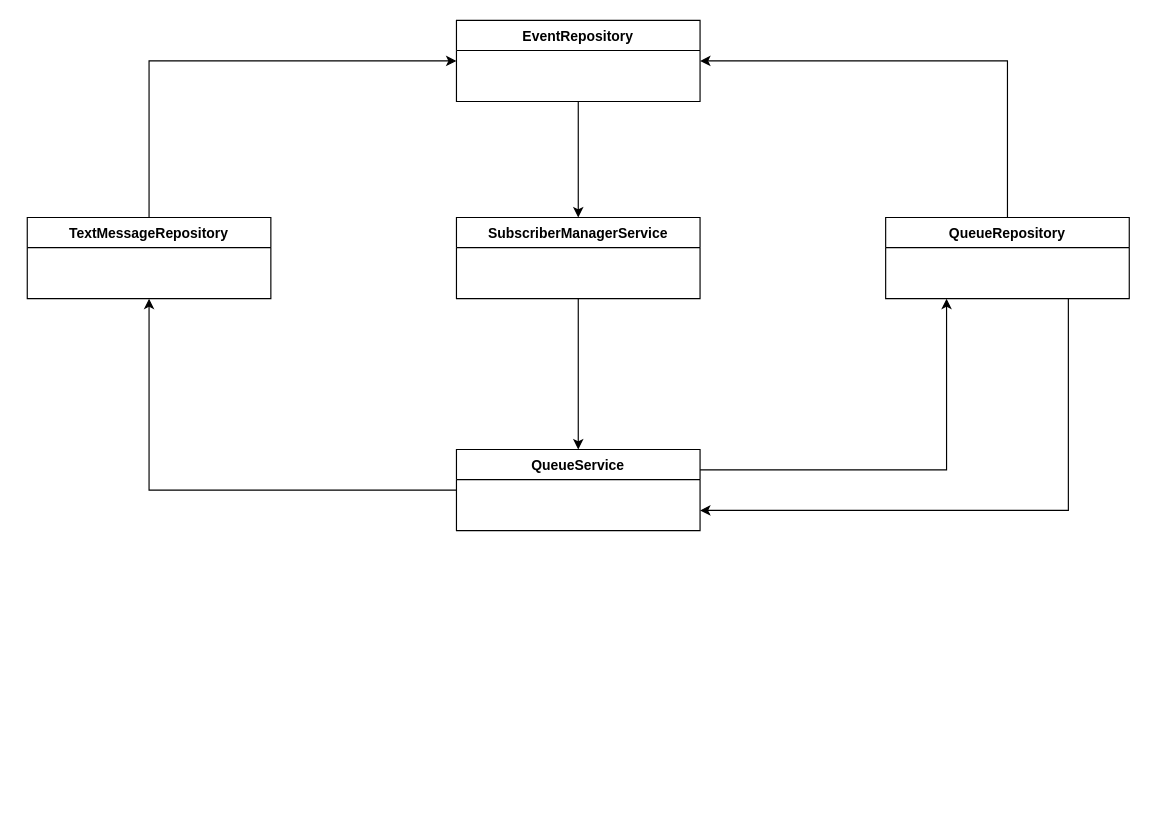
Above: page "Service Arch" (1 of 2) of docs/Model.drawio in vinicreis/pub-sub-kotlin (draw.io), before the change. Source tidied: cells renumbered, new cells numbered last; positions are measured from the earlier drawing's top-left corner, leaving out a move shared by most shapes. Both pictures are drawn from the tidied source at 116%, with x=0, y=0 at pixel (27, 20).
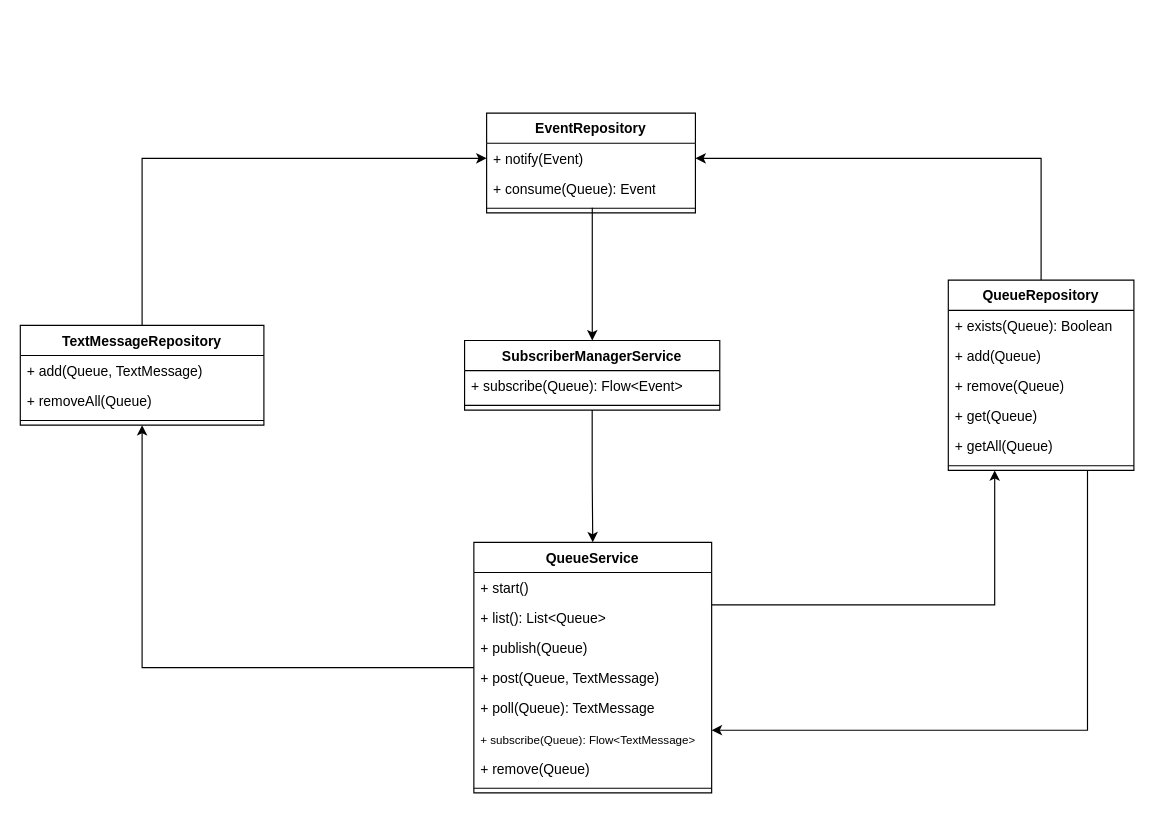
The same page after the edit.

Change to the diagram source:
```diff
@@
-    <mxCell id="4" value="QueueService" style="swimlane;fontStyle=1;align=center;verticalAlign=top;horizontal=1;startSize=26;whiteSpace=wrap;html=1;" parent="1" vertex="1" collapsed="1">
-      <mxGeometry x="370" y="370" width="210" height="70" as="geometry" />
+    <mxCell id="4" value="QueueService" style="swimlane;fontStyle=1;align=center;verticalAlign=top;horizontal=1;startSize=26;whiteSpace=wrap;html=1;" parent="1" vertex="1">
+      <mxGeometry x="385" y="450" width="205" height="216" as="geometry" />
     </mxCell>
+    <mxCell id="14" value="+ start()" style="text;strokeColor=none;fillColor=none;align=left;verticalAlign=top;spacingLeft=4;spacingRight=4;overflow=hidden;whiteSpace=wrap;html=1;" parent="4" vertex="1">
+      <mxGeometry y="26" width="205" height="26" as="geometry" />
+    </mxCell>
+    <mxCell id="15" value="+ list(): List&amp;lt;Queue&lt;span style=&quot;background-color: initial;&quot;&gt;&amp;gt;&lt;/span&gt;" style="text;strokeColor=none;fillColor=none;align=left;verticalAlign=top;spacingLeft=4;spacingRight=4;overflow=hidden;whiteSpace=wrap;html=1;" parent="4" vertex="1">
+      <mxGeometry y="52" width="205" height="26" as="geometry" />
+    </mxCell>
+    <mxCell id="16" value="+ publish(Queue)" style="text;strokeColor=none;fillColor=none;align=left;verticalAlign=top;spacingLeft=4;spacingRight=4;overflow=hidden;whiteSpace=wrap;html=1;" parent="4" vertex="1">
+      <mxGeometry y="78" width="205" height="26" as="geometry" />
+    </mxCell>
+    <mxCell id="17" value="+ post(Queue, TextMessage)" style="text;strokeColor=none;fillColor=none;align=left;verticalAlign=top;spacingLeft=4;spacingRight=4;overflow=hidden;whiteSpace=wrap;html=1;" parent="4" vertex="1">
+      <mxGeometry y="104" width="205" height="26" as="geometry" />
+    </mxCell>
+    <mxCell id="18" value="+ poll(Queue): TextMessage" style="text;strokeColor=none;fillColor=none;align=left;verticalAlign=top;spacingLeft=4;spacingRight=4;overflow=hidden;whiteSpace=wrap;html=1;" parent="4" vertex="1">
+      <mxGeometry y="130" width="205" height="26" as="geometry" />
+    </mxCell>
+    <mxCell id="19" value="&lt;font style=&quot;font-size: 10px;&quot;&gt;+ subscribe(Queue): Flow&amp;lt;TextMessage&amp;gt;&lt;/font&gt;" style="text;strokeColor=none;fillColor=none;align=left;verticalAlign=top;spacingLeft=4;spacingRight=4;overflow=hidden;whiteSpace=wrap;html=1;" parent="4" vertex="1">
+      <mxGeometry y="156" width="205" height="26" as="geometry" />
+    </mxCell>
+    <mxCell id="20" value="+ remove(Queue)" style="text;strokeColor=none;fillColor=none;align=left;verticalAlign=top;spacingLeft=4;spacingRight=4;overflow=hidden;whiteSpace=wrap;html=1;" parent="4" vertex="1">
+      <mxGeometry y="182" width="205" height="26" as="geometry" />
+    </mxCell>
+    <mxCell id="21" style="line;strokeWidth=1;fillColor=none;align=left;verticalAlign=middle;spacingTop=-1;spacingLeft=3;spacingRight=3;labelPosition=right;strokeColor=inherit;" parent="4" vertex="1">
+      <mxGeometry y="208" width="205" height="8" as="geometry" />
+    </mxCell>
@@
-    <mxCell id="6" value="&lt;div&gt;SubscriberManagerService&lt;/div&gt;" style="swimlane;fontStyle=1;align=center;verticalAlign=top;horizontal=1;startSize=26;whiteSpace=wrap;html=1;" parent="1" vertex="1" collapsed="1">
-      <mxGeometry x="370" y="170" width="210" height="70" as="geometry" />
+    <mxCell id="6" value="&lt;div&gt;SubscriberManagerService&lt;/div&gt;" style="swimlane;fontStyle=1;align=center;verticalAlign=top;horizontal=1;startSize=26;whiteSpace=wrap;html=1;" parent="1" vertex="1">
+      <mxGeometry x="377" y="276" width="220" height="60" as="geometry" />
     </mxCell>
+    <mxCell id="22" value="+ subscribe(Queue): Flow&amp;lt;Event&amp;gt;" style="text;strokeColor=none;fillColor=none;align=left;verticalAlign=top;spacingLeft=4;spacingRight=4;overflow=hidden;whiteSpace=wrap;html=1;" parent="6" vertex="1">
+      <mxGeometry y="26" width="220" height="26" as="geometry" />
+    </mxCell>
+    <mxCell id="23" style="line;strokeWidth=1;fillColor=none;align=left;verticalAlign=middle;spacingTop=-1;spacingLeft=3;spacingRight=3;labelPosition=right;strokeColor=inherit;" parent="6" vertex="1">
+      <mxGeometry y="52" width="220" height="8" as="geometry" />
+    </mxCell>
@@
-    <mxCell id="8" style="edgeStyle=orthogonalEdgeStyle;rounded=0;jettySize=auto;html=1;entryX=1;entryY=0.5;entryDx=0;entryDy=0;exitX=0.5;exitY=0;exitDx=0;exitDy=0;" parent="1" edge="1" source="9" target="13">
+    <mxCell id="8" style="edgeStyle=orthogonalEdgeStyle;rounded=0;jettySize=auto;html=1;exitX=0.5;exitY=0;exitDx=0;exitDy=0;" parent="1" edge="1" source="9" target="33">
       <mxGeometry relative="1" as="geometry" />
     </mxCell>
-    <mxCell id="9" value="QueueRepository&lt;div&gt;&lt;br&gt;&lt;/div&gt;" style="swimlane;fontStyle=1;align=center;verticalAlign=top;horizontal=1;startSize=26;whiteSpace=wrap;html=1;" parent="1" vertex="1" collapsed="1">
-      <mxGeometry x="740" y="170" width="210" height="70" as="geometry" />
+    <mxCell id="9" value="QueueRepository&lt;div&gt;&lt;br&gt;&lt;/div&gt;" style="swimlane;fontStyle=1;align=center;verticalAlign=top;horizontal=1;startSize=26;whiteSpace=wrap;html=1;" parent="1" vertex="1">
+      <mxGeometry x="794" y="224" width="160" height="164" as="geometry" />
     </mxCell>
+    <mxCell id="24" value="+ exists(Queue): Boolean" style="text;strokeColor=none;fillColor=none;align=left;verticalAlign=top;spacingLeft=4;spacingRight=4;overflow=hidden;whiteSpace=wrap;html=1;" parent="9" vertex="1">
+      <mxGeometry y="26" width="160" height="26" as="geometry" />
+    </mxCell>
+    <mxCell id="25" value="+ add(Queue)" style="text;strokeColor=none;fillColor=none;align=left;verticalAlign=top;spacingLeft=4;spacingRight=4;overflow=hidden;whiteSpace=wrap;html=1;" parent="9" vertex="1">
+      <mxGeometry y="52" width="160" height="26" as="geometry" />
+    </mxCell>
+    <mxCell id="26" value="+ remove(Queue)" style="text;strokeColor=none;fillColor=none;align=left;verticalAlign=top;spacingLeft=4;spacingRight=4;overflow=hidden;whiteSpace=wrap;html=1;" parent="9" vertex="1">
+      <mxGeometry y="78" width="160" height="26" as="geometry" />
+    </mxCell>
+    <mxCell id="27" value="+ get(Queue)" style="text;strokeColor=none;fillColor=none;align=left;verticalAlign=top;spacingLeft=4;spacingRight=4;overflow=hidden;whiteSpace=wrap;html=1;" parent="9" vertex="1">
+      <mxGeometry y="104" width="160" height="26" as="geometry" />
+    </mxCell>
+    <mxCell id="28" value="+ getAll(Queue)" style="text;strokeColor=none;fillColor=none;align=left;verticalAlign=top;spacingLeft=4;spacingRight=4;overflow=hidden;whiteSpace=wrap;html=1;" parent="9" vertex="1">
+      <mxGeometry y="130" width="160" height="26" as="geometry" />
+    </mxCell>
+    <mxCell id="29" style="line;strokeWidth=1;fillColor=none;align=left;verticalAlign=middle;spacingTop=-1;spacingLeft=3;spacingRight=3;labelPosition=right;strokeColor=inherit;" parent="9" vertex="1">
+      <mxGeometry y="156" width="160" height="8" as="geometry" />
+    </mxCell>
-    <mxCell id="10" style="edgeStyle=orthogonalEdgeStyle;rounded=0;jettySize=auto;html=1;entryX=0;entryY=0.5;entryDx=0;entryDy=0;exitX=0.5;exitY=0;exitDx=0;exitDy=0;" parent="1" edge="1" source="11" target="13">
+    <mxCell id="10" style="edgeStyle=orthogonalEdgeStyle;rounded=0;jettySize=auto;html=1;exitX=0.5;exitY=0;exitDx=0;exitDy=0;" parent="1" edge="1" source="11" target="33">
       <mxGeometry relative="1" as="geometry" />
     </mxCell>
-    <mxCell id="11" value="TextMessageRepository&lt;div&gt;&lt;br&gt;&lt;/div&gt;" style="swimlane;fontStyle=1;align=center;verticalAlign=top;horizontal=1;startSize=26;whiteSpace=wrap;html=1;" parent="1" vertex="1" collapsed="1">
-      <mxGeometry y="170" width="210" height="70" as="geometry" />
+    <mxCell id="11" value="TextMessageRepository&lt;div&gt;&lt;br&gt;&lt;/div&gt;" style="swimlane;fontStyle=1;align=center;verticalAlign=top;horizontal=1;startSize=26;whiteSpace=wrap;html=1;" parent="1" vertex="1">
+      <mxGeometry x="-6" y="263" width="210" height="86" as="geometry" />
     </mxCell>
+    <mxCell id="30" value="+ add(Queue, TextMessage)" style="text;strokeColor=none;fillColor=none;align=left;verticalAlign=top;spacingLeft=4;spacingRight=4;overflow=hidden;whiteSpace=wrap;html=1;" parent="11" vertex="1">
+      <mxGeometry y="26" width="210" height="26" as="geometry" />
+    </mxCell>
+    <mxCell id="31" value="+ removeAll(Queue)" style="text;strokeColor=none;fillColor=none;align=left;verticalAlign=top;spacingLeft=4;spacingRight=4;overflow=hidden;whiteSpace=wrap;html=1;" parent="11" vertex="1">
+      <mxGeometry y="52" width="210" height="26" as="geometry" />
+    </mxCell>
+    <mxCell id="32" style="line;strokeWidth=1;fillColor=none;align=left;verticalAlign=middle;spacingTop=-1;spacingLeft=3;spacingRight=3;labelPosition=right;strokeColor=inherit;" parent="11" vertex="1">
+      <mxGeometry y="78" width="210" height="8" as="geometry" />
+    </mxCell>
-    <mxCell id="12" style="edgeStyle=orthogonalEdgeStyle;rounded=0;jettySize=auto;html=1;exitX=0.5;exitY=1;exitDx=0;exitDy=0;" parent="1" edge="1" source="13" target="6">
-      <mxGeometry relative="1" as="geometry" />
+    <mxCell id="12" style="edgeStyle=orthogonalEdgeStyle;rounded=0;jettySize=auto;html=1;exitX=0.506;exitY=0.458;exitDx=0;exitDy=0;exitPerimeter=0;" parent="1" edge="1" source="35" target="6">
+      <mxGeometry relative="1" as="geometry">
+        <Array as="points">
+          <mxPoint x="487" y="162" />
+        </Array>
+      </mxGeometry>
     </mxCell>
-    <mxCell id="13" value="EventRepository" style="swimlane;fontStyle=1;align=center;verticalAlign=top;horizontal=1;startSize=26;whiteSpace=wrap;html=1;" parent="1" vertex="1" collapsed="1">
-      <mxGeometry x="370" width="210" height="70" as="geometry" />
+    <mxCell id="13" value="EventRepository" style="swimlane;fontStyle=1;align=center;verticalAlign=top;horizontal=1;startSize=26;whiteSpace=wrap;html=1;" parent="1" vertex="1">
+      <mxGeometry x="396" y="80" width="180" height="86" as="geometry" />
     </mxCell>
+    <mxCell id="33" value="+ notify(Event)" style="text;strokeColor=none;fillColor=none;align=left;verticalAlign=top;spacingLeft=4;spacingRight=4;overflow=hidden;points=[[0,0.5],[1,0.5]];portConstraint=eastwest;whiteSpace=wrap;html=1;" parent="13" vertex="1">
+      <mxGeometry y="26" width="180" height="26" as="geometry" />
+    </mxCell>
+    <mxCell id="34" value="+ consume(Queue): Event" style="text;strokeColor=none;fillColor=none;align=left;verticalAlign=top;spacingLeft=4;spacingRight=4;overflow=hidden;whiteSpace=wrap;html=1;" parent="13" vertex="1">
+      <mxGeometry y="52" width="180" height="26" as="geometry" />
+    </mxCell>
+    <mxCell id="35" style="line;strokeWidth=1;fillColor=none;align=left;verticalAlign=middle;spacingTop=-1;spacingLeft=3;spacingRight=3;labelPosition=right;points=[];portConstraint=eastwest;strokeColor=inherit;" parent="13" vertex="1">
+      <mxGeometry y="78" width="180" height="8" as="geometry" />
+    </mxCell>
```
